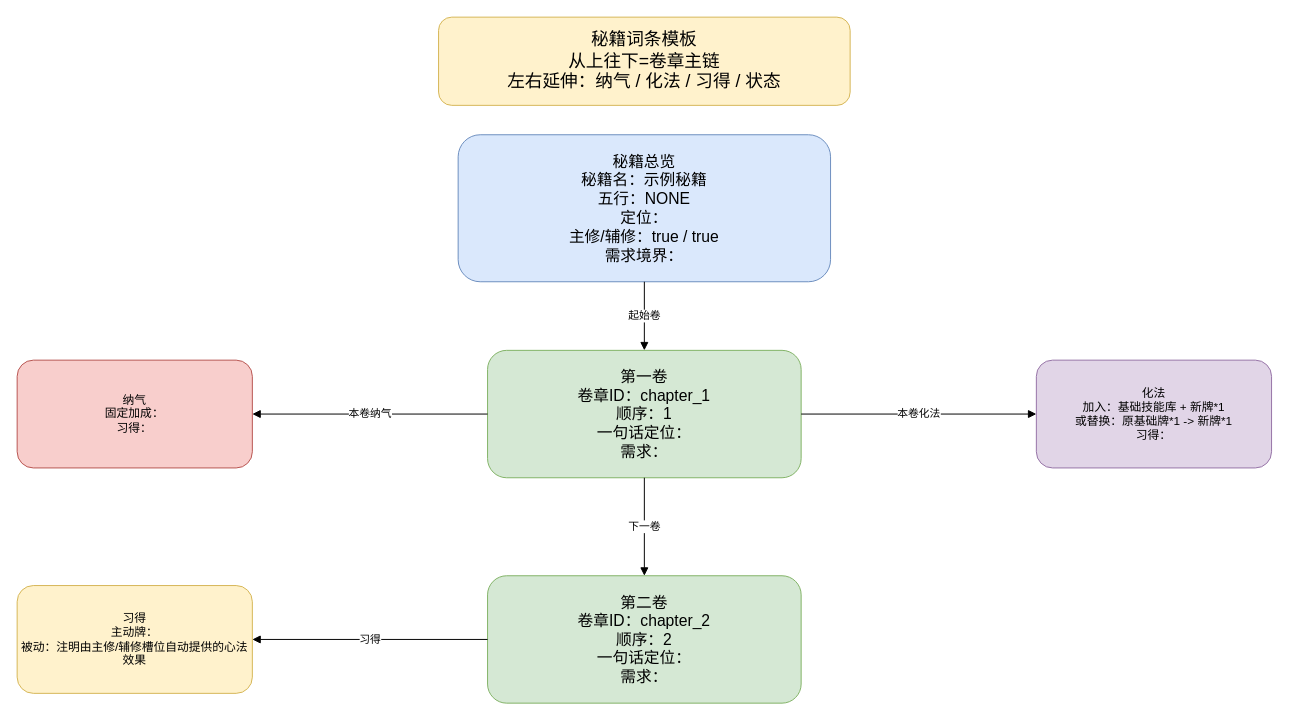
Before: docs/秘籍词典/drawio/_秘籍模板.drawio in ankundanetracyc-spec/tian-guan-you-du, a draw.io diagram. Source tidied: cells renumbered, new cells numbered last; positions are measured from the earlier drawing's top-left corner, leaving out a move shared by most shapes. Both pictures are drawn from the tidied source at 98%, with x=0, y=0 at pixel (17, 17).
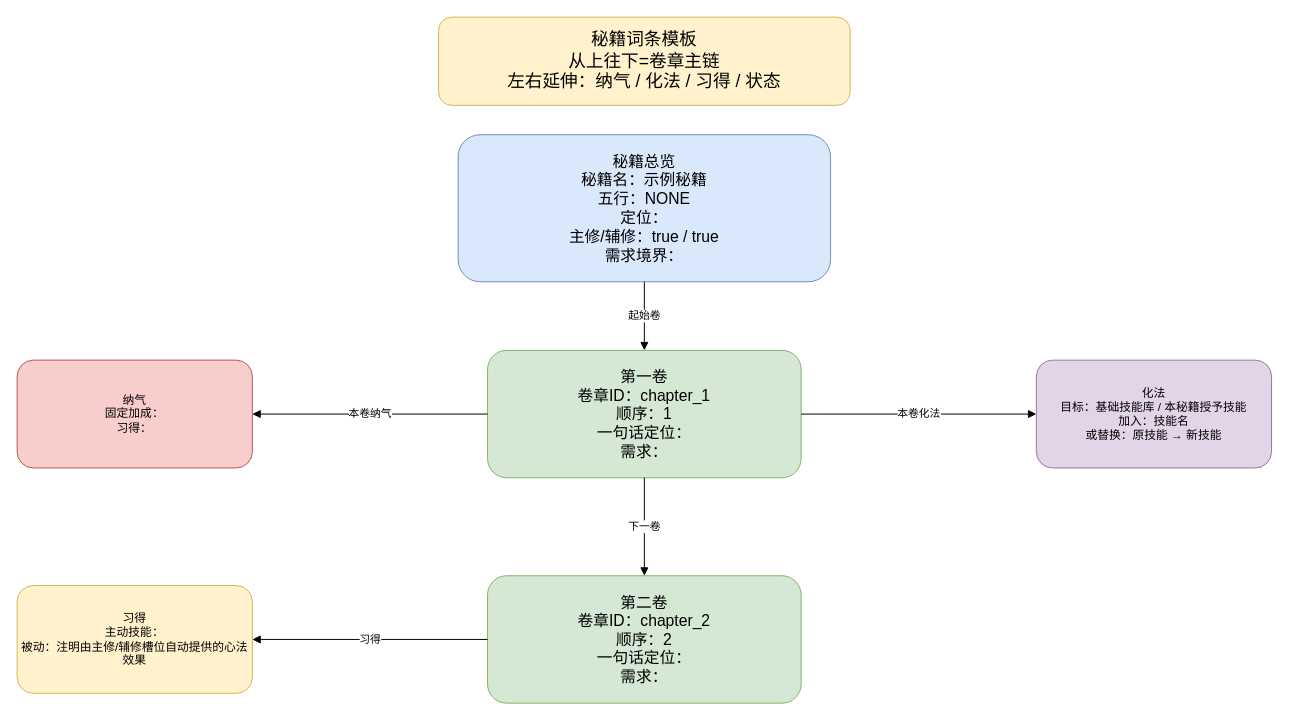
After the change.

The edit, as a diff of the source:
```diff
@@
 <mxGraphModel>
   <root>
     <mxCell id="0" />
     <mxCell id="1" parent="0" />
     <mxCell id="2" value="秘籍词条模板&#10;从上往下=卷章主链&#10;左右延伸：纳气 / 化法 / 习得 / 状态" style="rounded=1;whiteSpace=wrap;html=1;fillColor=#fff2cc;strokeColor=#d6b656;fontSize=18;" parent="1" vertex="1">
       <mxGeometry x="430" width="420" height="90" as="geometry" />
     </mxCell>
     <mxCell id="3" value="秘籍总览&#10;秘籍名：示例秘籍&#10;五行：NONE&#10;定位：&#10;主修/辅修：true / true&#10;需求境界：" style="rounded=1;whiteSpace=wrap;html=1;fillColor=#dae8fc;strokeColor=#6c8ebf;fontSize=16;" parent="1" vertex="1">
       <mxGeometry x="450" y="120" width="380" height="150" as="geometry" />
     </mxCell>
     <mxCell id="4" value="第一卷&#10;卷章ID：chapter_1&#10;顺序：1&#10;一句话定位：&#10;需求：" style="rounded=1;whiteSpace=wrap;html=1;fillColor=#d5e8d4;strokeColor=#82b366;fontSize=16;" parent="1" vertex="1">
       <mxGeometry x="480" y="340" width="320" height="130" as="geometry" />
     </mxCell>
     <mxCell id="5" value="第二卷&#10;卷章ID：chapter_2&#10;顺序：2&#10;一句话定位：&#10;需求：" style="rounded=1;whiteSpace=wrap;html=1;fillColor=#d5e8d4;strokeColor=#82b366;fontSize=16;" parent="1" vertex="1">
       <mxGeometry x="480" y="570" width="320" height="130" as="geometry" />
     </mxCell>
     <mxCell id="6" value="纳气&#10;固定加成：&#10;习得：" style="rounded=1;whiteSpace=wrap;html=1;fillColor=#f8cecc;strokeColor=#b85450;" parent="1" vertex="1">
       <mxGeometry y="350" width="240" height="110" as="geometry" />
     </mxCell>
-    <mxCell id="7" value="化法&#10;加入：基础技能库 + 新牌*1&#10;或替换：原基础牌*1 -&gt; 新牌*1&#10;习得：" style="rounded=1;whiteSpace=wrap;html=1;fillColor=#e1d5e7;strokeColor=#9673a6;" parent="1" vertex="1">
+    <mxCell id="7" value="化法&#10;目标：基础技能库 / 本秘籍授予技能&#10;加入：技能名&#10;或替换：原技能 → 新技能" style="rounded=1;whiteSpace=wrap;html=1;fillColor=#e1d5e7;strokeColor=#9673a6;" parent="1" vertex="1">
       <mxGeometry x="1040" y="350" width="240" height="110" as="geometry" />
     </mxCell>
-    <mxCell id="8" value="习得&#10;主动牌：&#10;被动：注明由主修/辅修槽位自动提供的心法效果" style="rounded=1;whiteSpace=wrap;html=1;fillColor=#fff2cc;strokeColor=#d6b656;" parent="1" vertex="1">
+    <mxCell id="8" value="习得&#10;主动技能：&#10;被动：注明由主修/辅修槽位自动提供的心法效果" style="rounded=1;whiteSpace=wrap;html=1;fillColor=#fff2cc;strokeColor=#d6b656;" parent="1" vertex="1">
       <mxGeometry y="580" width="240" height="110" as="geometry" />
     </mxCell>
     <mxCell id="9" value="起始卷" style="endArrow=block;html=1;" parent="1" edge="1" source="3" target="4">
       <mxGeometry relative="1" as="geometry" />
     </mxCell>
     <mxCell id="10" value="下一卷" style="endArrow=block;html=1;" parent="1" edge="1" source="4" target="5">
       <mxGeometry relative="1" as="geometry" />
     </mxCell>
     <mxCell id="11" value="本卷纳气" style="endArrow=block;html=1;" parent="1" edge="1" source="4" target="6">
       <mxGeometry relative="1" as="geometry" />
     </mxCell>
     <mxCell id="12" value="本卷化法" style="endArrow=block;html=1;" parent="1" edge="1" source="4" target="7">
       <mxGeometry relative="1" as="geometry" />
     </mxCell>
     <mxCell id="13" value="习得" style="endArrow=block;html=1;" parent="1" edge="1" source="5" target="8">
       <mxGeometry relative="1" as="geometry" />
     </mxCell>
   </root>
 </mxGraphModel>
```
